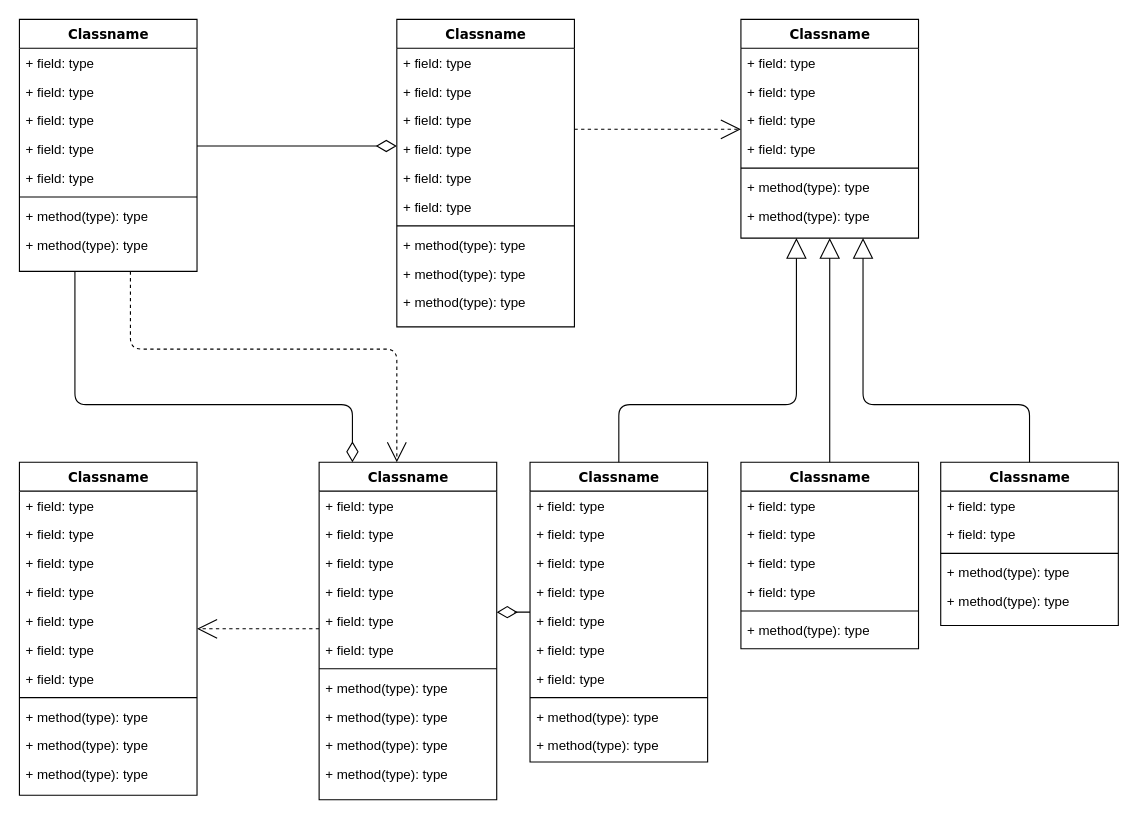
Earlier version of the draw.io diagram Diagramme sans nom.drawio (zo-sowell/test_md). Source tidied: cells renumbered, new cells numbered last; positions are measured from the earlier drawing's top-left corner, leaving out a move shared by most shapes. Both pictures are drawn from the tidied source at 111%, with x=0, y=0 at pixel (19, 19).
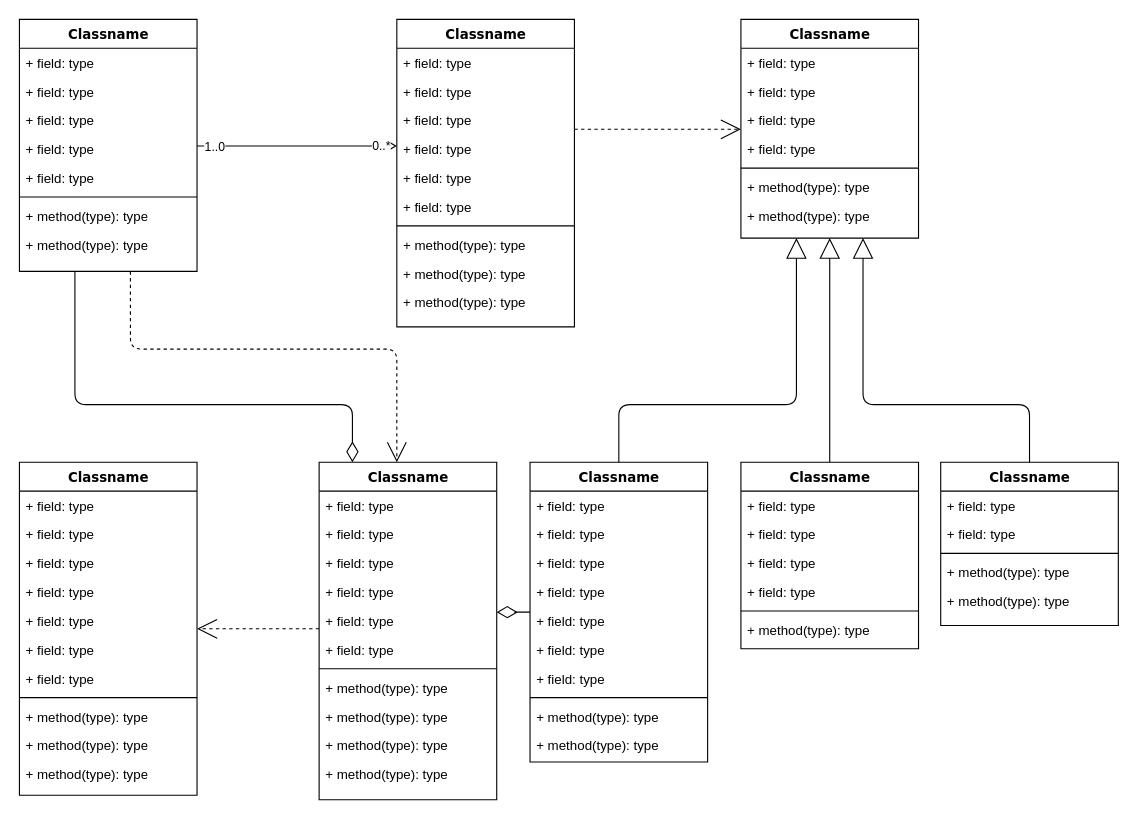
The same diagram, later.

Commit message:
Schéma BDD v2

The change refers to these unchanged cells:
```xml
<mxCell id="86" style="edgeStyle=elbowEdgeStyle;html=1;labelBackgroundColor=none;startFill=0;startSize=8;endArrow=diamondThin;endFill=0;endSize=16;fontFamily=Verdana;fontSize=12;elbow=vertical;" parent="1" edge="1" source="4" target="14">
  <mxGeometry relative="1" as="geometry" />
</mxCell>
```

Diff of the diagram source:
```diff
@@
+    <mxCell id="87" value="1..0" style="edgeLabel;html=1;align=center;verticalAlign=middle;" parent="86" vertex="1">
+      <mxGeometry x="-0.83" relative="1" as="geometry" />
+    </mxCell>
+    <mxCell id="88" value="0..*" style="edgeLabel;html=1;align=center;verticalAlign=middle;" parent="86" vertex="1">
+      <mxGeometry x="0.83" y="1" relative="1" as="geometry" />
+    </mxCell>
```
